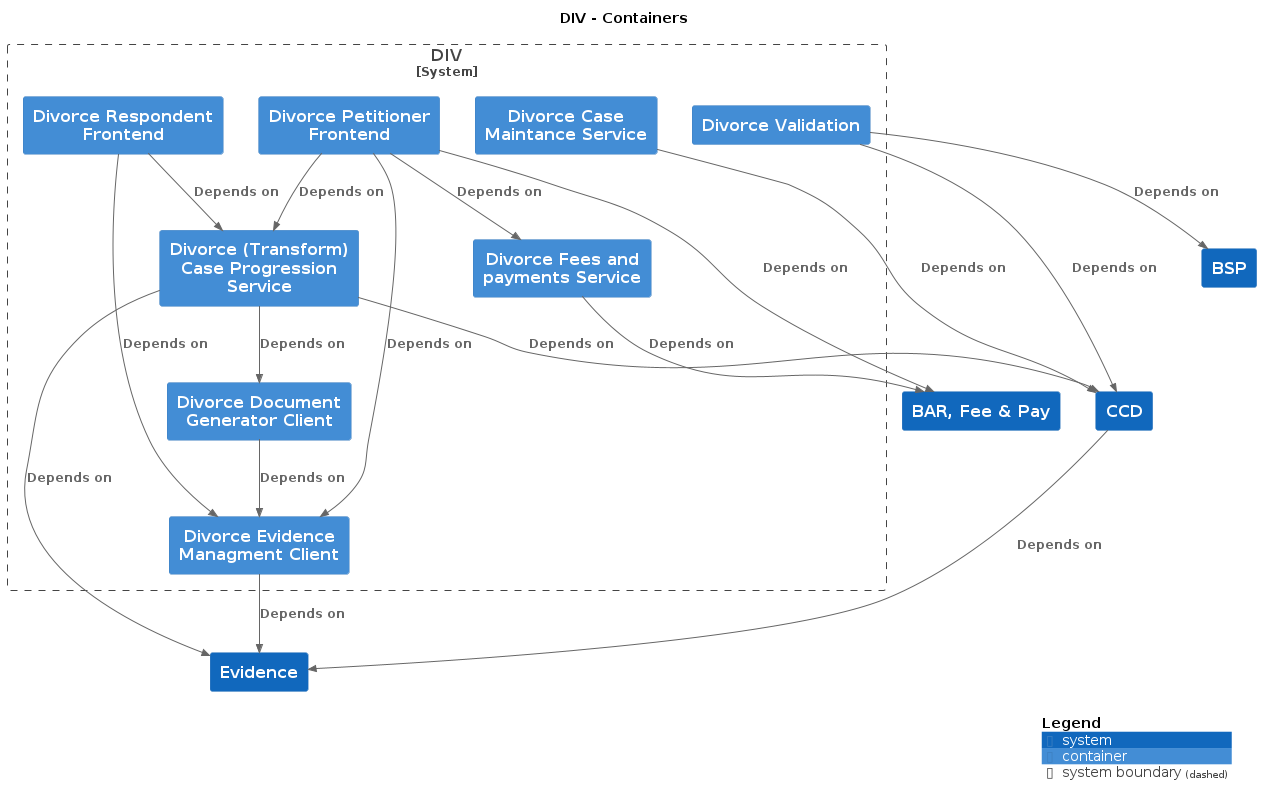
Earlier version of the PlantUML export docs/c4/div/images/structurizr-div-overview.png (hmcts/cnp-api-docs).
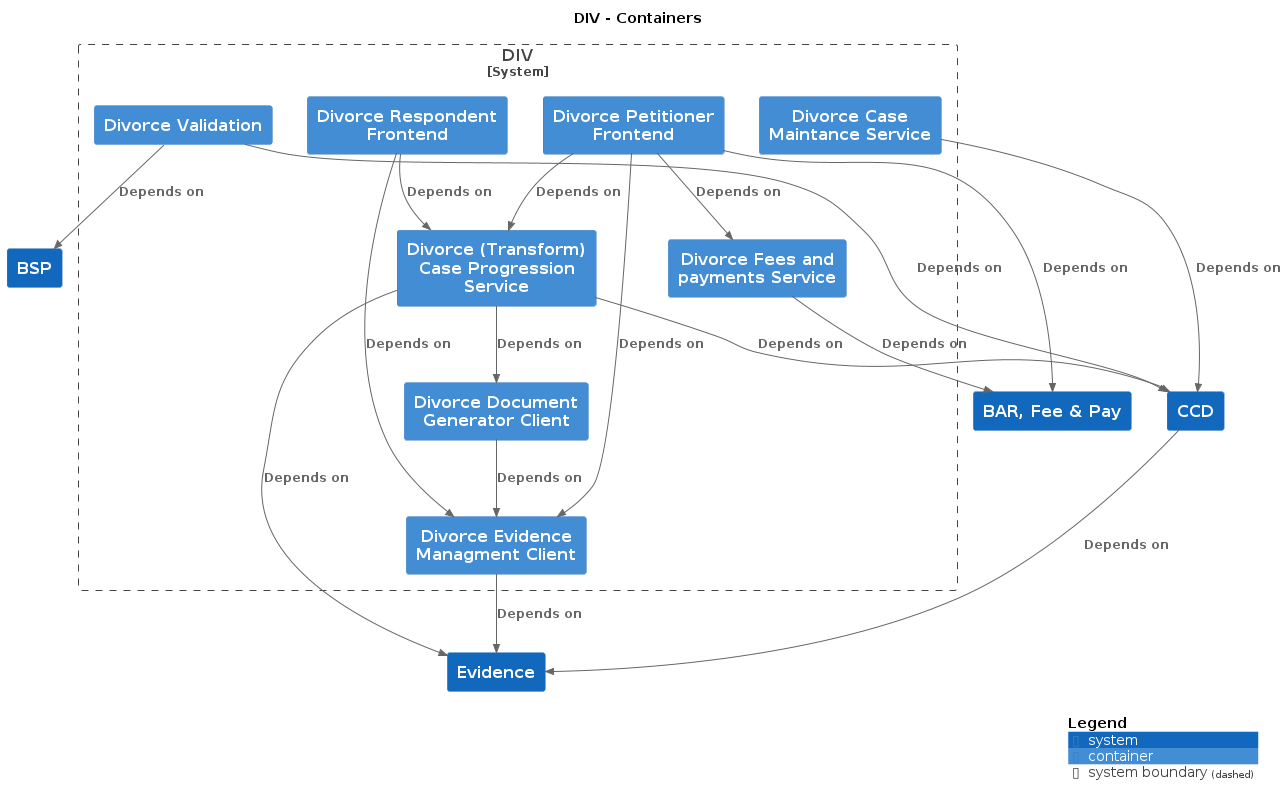
Above is the later version.

What changed in the source:
```diff
@@ -8,8 +8,8 @@
 !include <C4/C4_Context>
 !include <C4/C4_Container>
 
+System(BSP, "BSP", $descr="", $tags="", $link="")
 System(CCD, "CCD", $descr="", $tags="", $link="")
-System(BSP, "BSP", $descr="", $tags="", $link="")
 System(BARFeePay, "BAR, Fee & Pay", $descr="", $tags="", $link="")
 System(Evidence, "Evidence", $descr="", $tags="", $link="")
 
```
